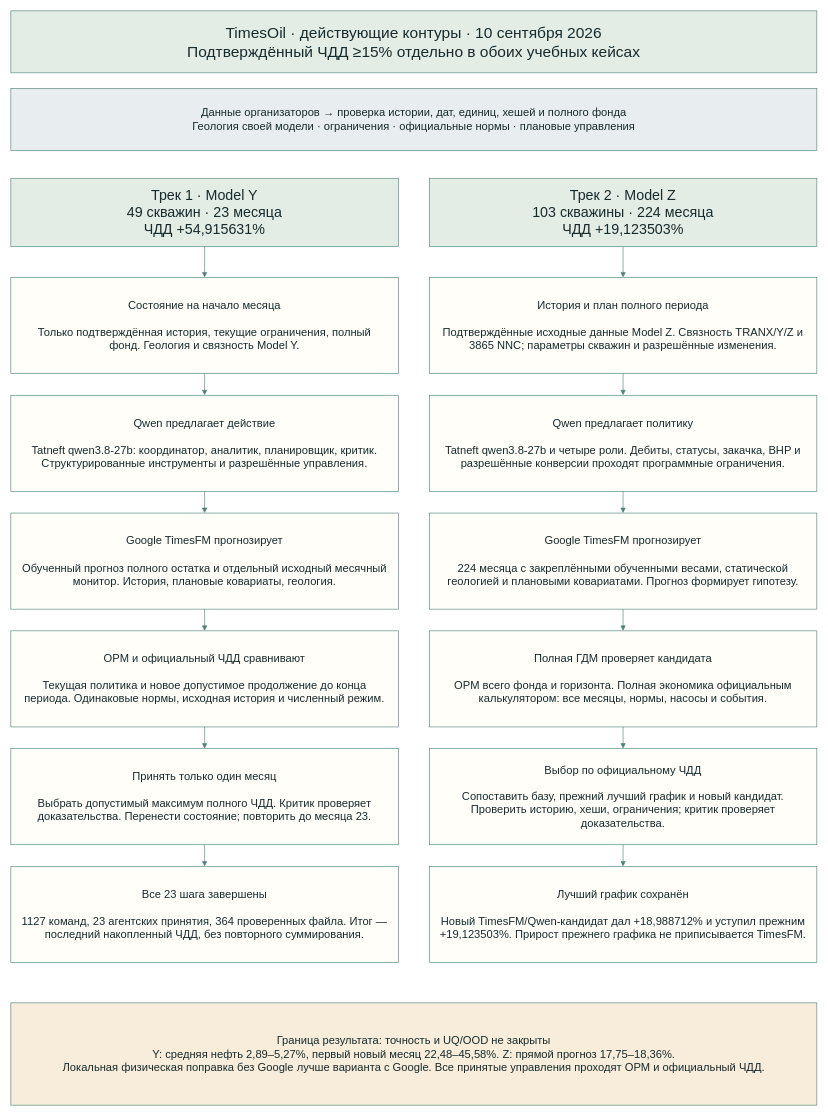
The draw.io diagram deliverables/pipeline_current_20260910/TimesOil_current.drawio in DarkPrinceWarrior/TimesOil, before the edit. Source tidied: cells renumbered, new cells numbered last; positions are measured from the earlier drawing's top-left corner, leaving out a move shared by most shapes. Both pictures are drawn from the tidied source at 62%, with x=0, y=0 at pixel (11, 11).
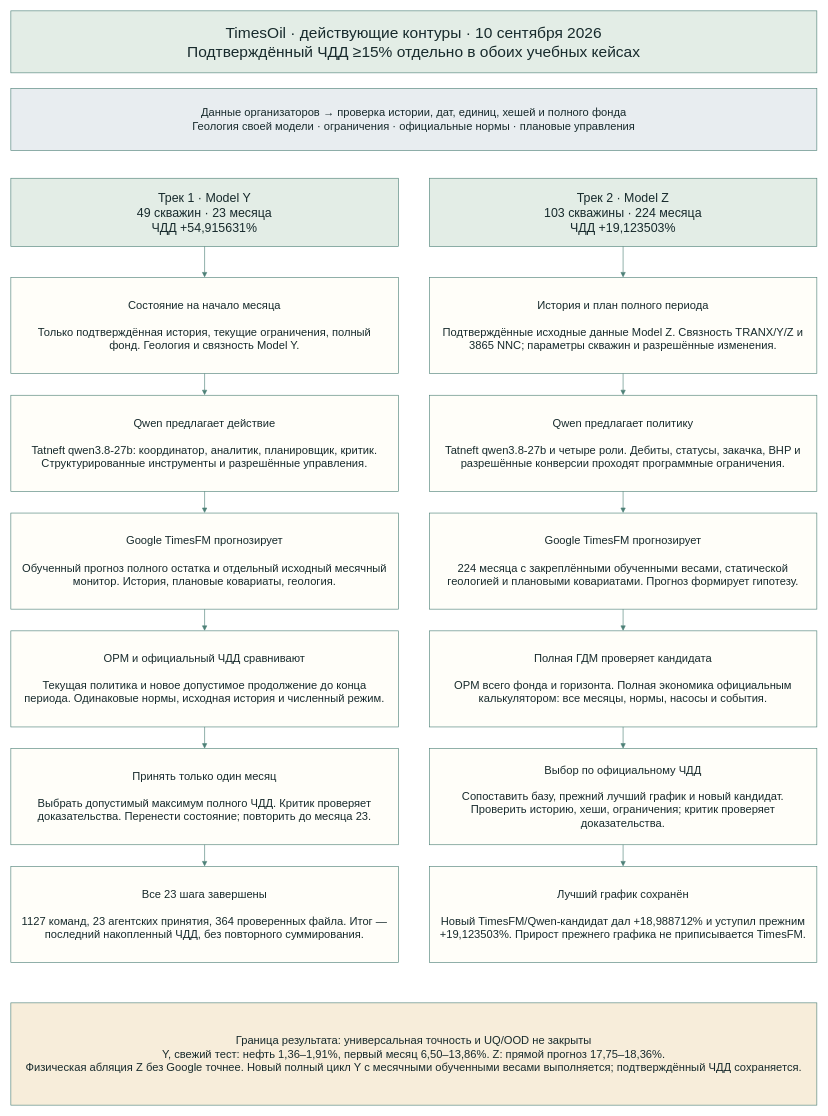
Above is the later version.

Diff of the diagram source:
```diff
@@
-    <mxCell id="4" value="Трек 1 · Model Y&#10;49 скважин · 23 месяца&#10;ЧДД +54,915631%" style="rounded=0;whiteSpace=wrap;html=0;fillColor=#e3ede6;strokeColor=#4d8077;fontColor=#172a2c;fontSize=23;spacing=18;" parent="1" vertex="1">
+    <mxCell id="4" value="Трек 1 · Model Y&#10;49 скважин · 23 месяца&#10;ЧДД +54,915631%" style="rounded=0;whiteSpace=wrap;html=0;fillColor=#e3ede6;strokeColor=#4d8077;fontColor=#172a2c;fontSize=20;spacing=18;" parent="1" vertex="1">
       <mxGeometry y="270" width="625" height="110" as="geometry" />
     </mxCell>
@@
-    <mxCell id="17" value="Трек 2 · Model Z&#10;103 скважины · 224 месяца&#10;ЧДД +19,123503%" style="rounded=0;whiteSpace=wrap;html=0;fillColor=#e3ede6;strokeColor=#4d8077;fontColor=#172a2c;fontSize=23;spacing=18;" parent="1" vertex="1">
+    <mxCell id="17" value="Трек 2 · Model Z&#10;103 скважины · 224 месяца&#10;ЧДД +19,123503%" style="rounded=0;whiteSpace=wrap;html=0;fillColor=#e3ede6;strokeColor=#4d8077;fontColor=#172a2c;fontSize=20;spacing=18;" parent="1" vertex="1">
       <mxGeometry x="675" y="270" width="625" height="110" as="geometry" />
     </mxCell>
@@
-    <mxCell id="30" value="Граница результата: точность и UQ/OOD не закрыты&#10;Y: средняя нефть 2,89–5,27%, первый новый месяц 22,48–45,58%. Z: прямой прогноз 17,75–18,36%.&#10;Локальная физическая поправка без Google лучше варианта с Google. Все принятые управления проходят OPM и официальный ЧДД." style="rounded=0;whiteSpace=wrap;html=0;fillColor=#f7edda;strokeColor=#4d8077;fontColor=#172a2c;fontSize=18;spacing=18;" parent="1" vertex="1">
+    <mxCell id="30" value="Граница результата: универсальная точность и UQ/OOD не закрыты&#10;Y, свежий тест: нефть 1,36–1,91%, первый месяц 6,50–13,86%. Z: прямой прогноз 17,75–18,36%.&#10;Физическая абляция Z без Google точнее. Новый полный цикл Y с месячными обученными весами выполняется; подтверждённый ЧДД сохраняется." style="rounded=0;whiteSpace=wrap;html=0;fillColor=#f7edda;strokeColor=#4d8077;fontColor=#172a2c;fontSize=18;spacing=18;" parent="1" vertex="1">
       <mxGeometry y="1600" width="1300" height="165" as="geometry" />
     </mxCell>
```
